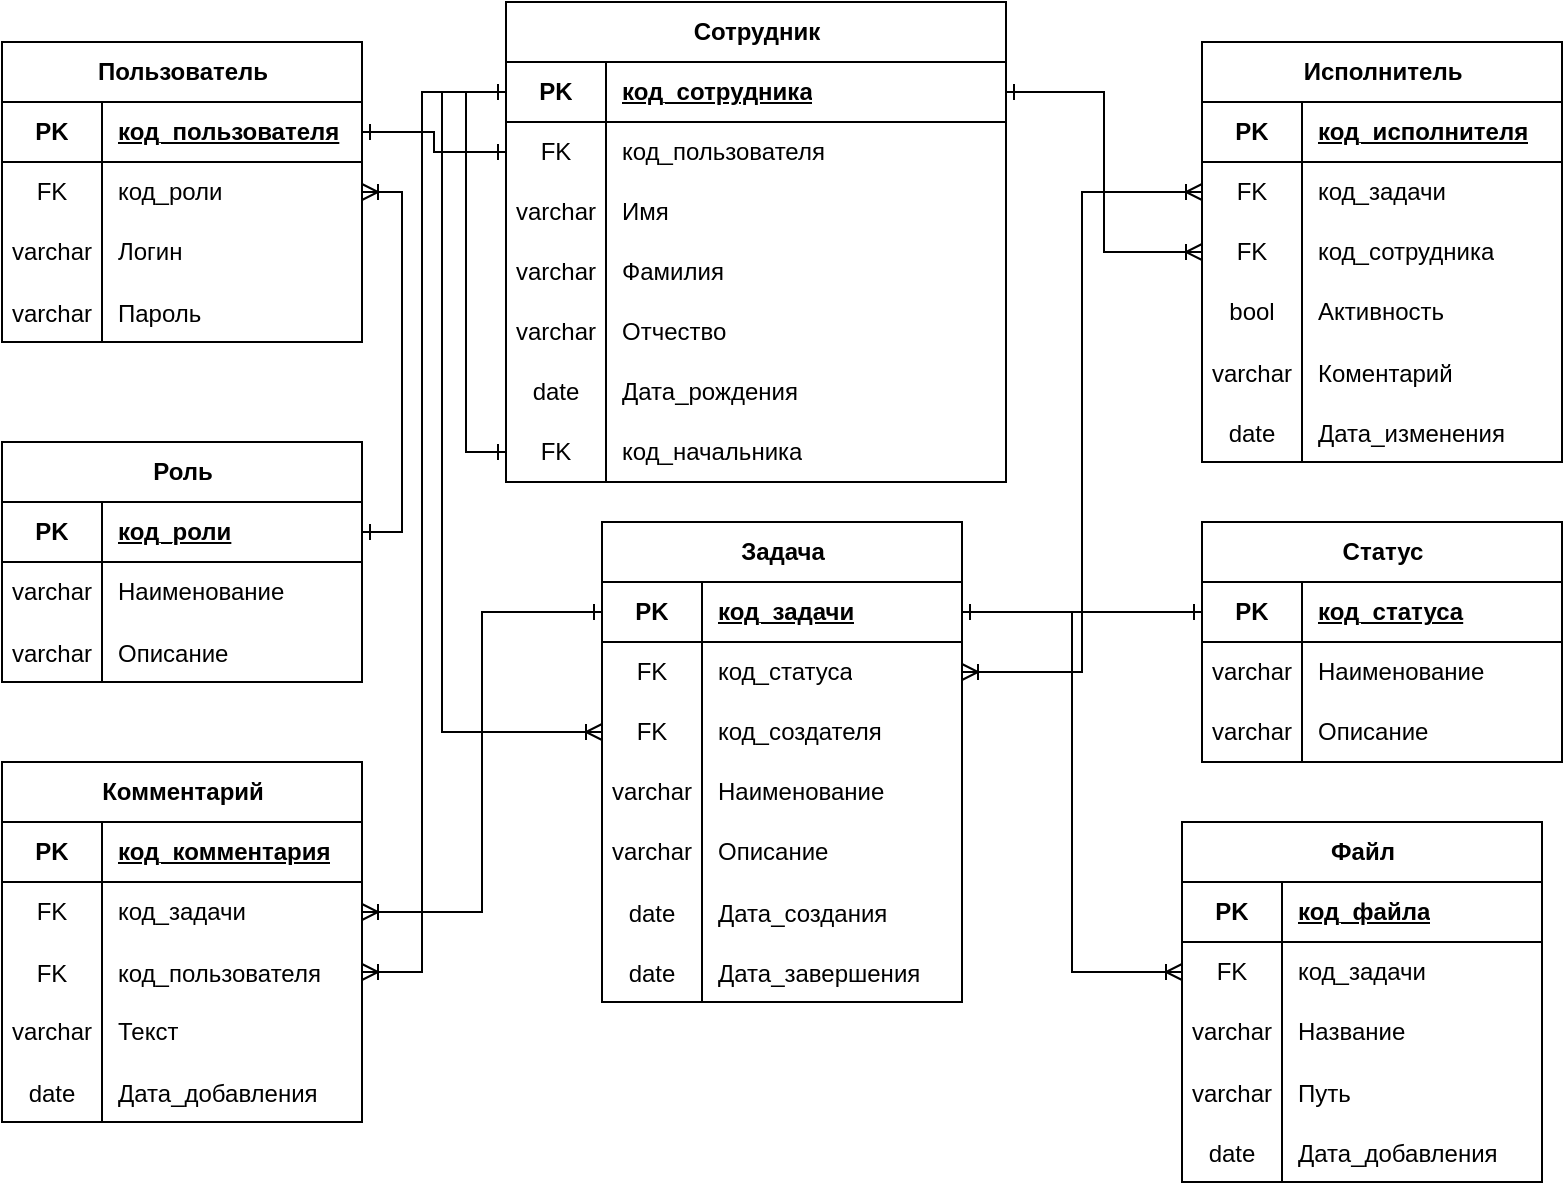
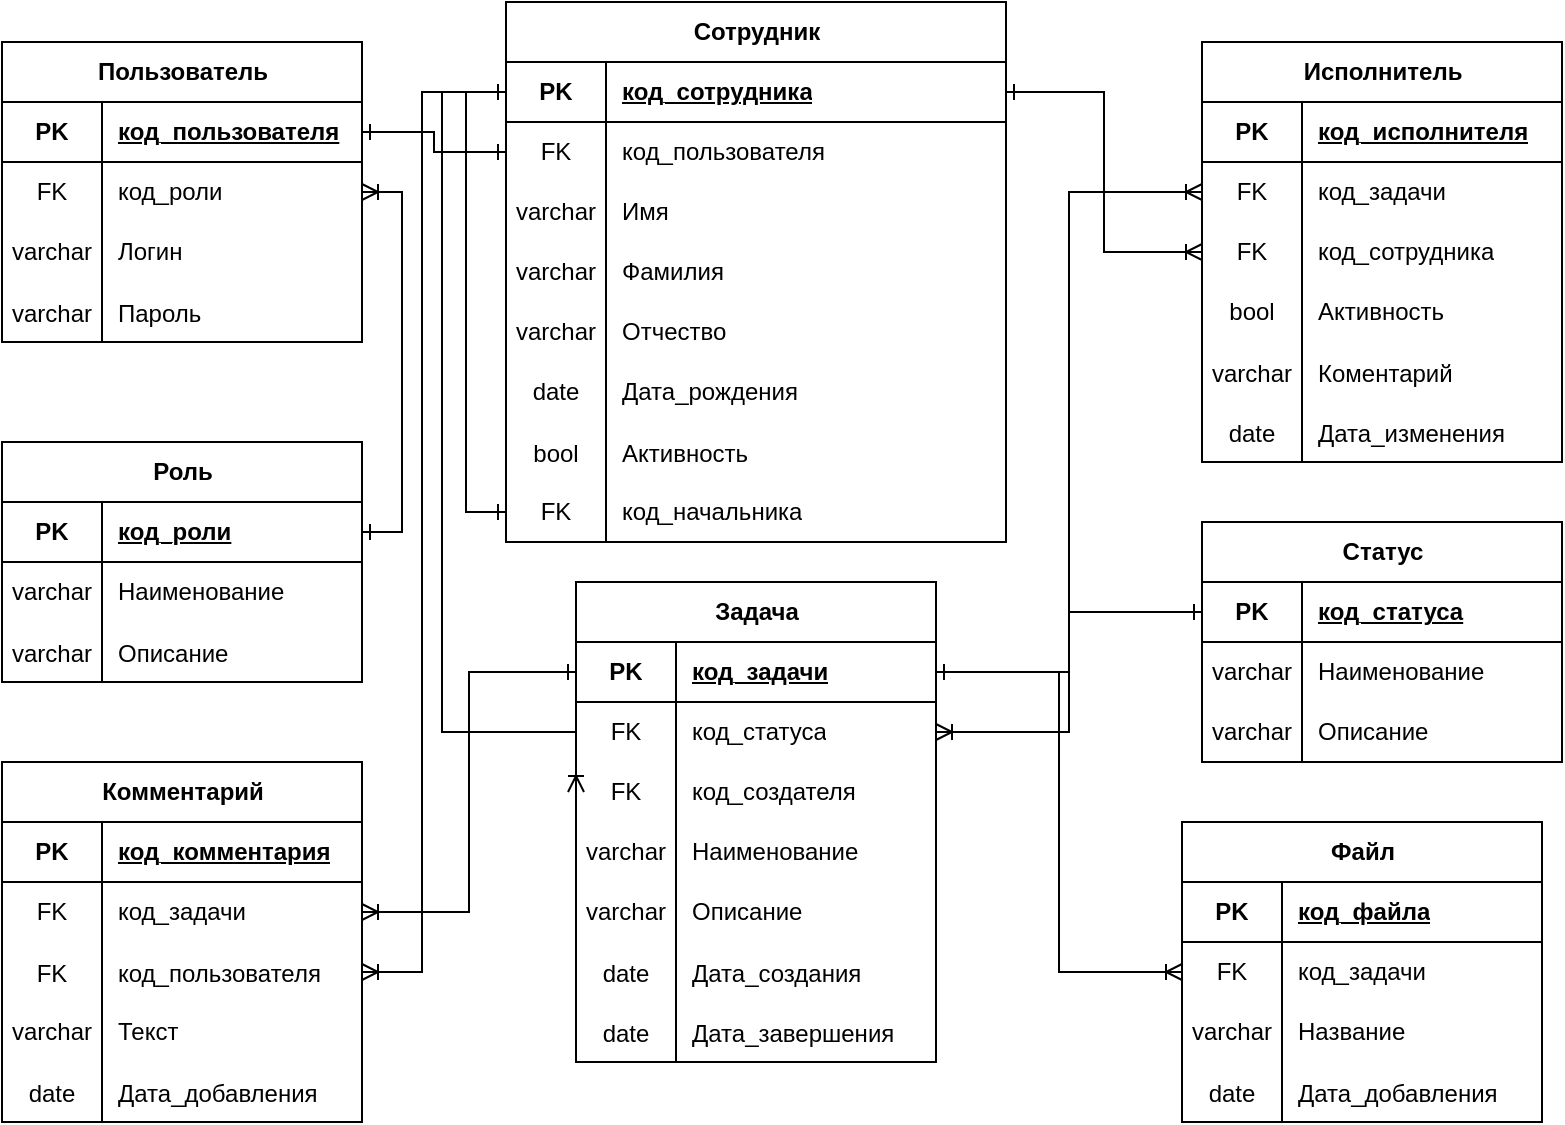
- <mxfile host="Electron" agent="Mozilla/5.0 (Windows NT 10.0; Win64; x64) AppleWebKit/537.36 (KHTML, like Gecko) draw.io/29.3.0 Chrome/140.0.7339.249 Electron/38.7.2 Safari/537.36" version="29.3.0">
+ <mxfile host="Electron" agent="Mozilla/5.0 (Windows NT 10.0; Win64; x64) AppleWebKit/537.36 (KHTML, like Gecko) draw.io/29.6.6 Chrome/144.0.7559.236 Electron/40.8.4 Safari/537.36" version="29.6.6">
  <diagram name="Страница — 1" id="Rx6KbzeKCpEhSWQGRONi">
-     <mxGraphModel dx="2040" dy="722" grid="1" gridSize="10" guides="1" tooltips="1" connect="1" arrows="1" fold="1" page="1" pageScale="1" pageWidth="827" pageHeight="1169" math="0" shadow="0">
+     <mxGraphModel dx="1664" dy="1037" grid="1" gridSize="10" guides="1" tooltips="1" connect="1" arrows="1" fold="1" page="1" pageScale="1" pageWidth="827" pageHeight="1169" math="0" shadow="0">
      <root>
        <mxCell id="0" />
        <mxCell id="1" parent="0" />
        <mxCell id="FXrU8CSIF7nw4R76zsWp-1" parent="1" style="shape=table;startSize=30;container=1;collapsible=1;childLayout=tableLayout;fixedRows=1;rowLines=0;fontStyle=1;align=center;resizeLast=1;html=1;labelBackgroundColor=none;" value="Сотрудник" vertex="1">
-           <mxGeometry height="240" width="250" x="-538" y="10" as="geometry" />
+           <mxGeometry height="270" width="250" x="-538" y="10" as="geometry" />
        </mxCell>
        <mxCell id="FXrU8CSIF7nw4R76zsWp-2" parent="FXrU8CSIF7nw4R76zsWp-1" style="shape=tableRow;horizontal=0;startSize=0;swimlaneHead=0;swimlaneBody=0;fillColor=none;collapsible=0;dropTarget=0;points=[[0,0.5],[1,0.5]];portConstraint=eastwest;top=0;left=0;right=0;bottom=1;labelBackgroundColor=none;" value="" vertex="1">
          <mxGeometry height="30" width="250" y="30" as="geometry" />
        </mxCell>
        <mxCell id="FXrU8CSIF7nw4R76zsWp-3" parent="FXrU8CSIF7nw4R76zsWp-2" style="shape=partialRectangle;connectable=0;fillColor=none;top=0;left=0;bottom=0;right=0;fontStyle=1;overflow=hidden;whiteSpace=wrap;html=1;labelBackgroundColor=none;" value="PK" vertex="1">
          <mxGeometry height="30" width="50" as="geometry">
            <mxRectangle height="30" width="50" as="alternateBounds" />
          </mxGeometry>
        </mxCell>
        <mxCell id="FXrU8CSIF7nw4R76zsWp-4" parent="FXrU8CSIF7nw4R76zsWp-2" style="shape=partialRectangle;connectable=0;fillColor=none;top=0;left=0;bottom=0;right=0;align=left;spacingLeft=6;fontStyle=5;overflow=hidden;whiteSpace=wrap;html=1;labelBackgroundColor=none;" value="код_сотрудника" vertex="1">
          <mxGeometry height="30" width="200" x="50" as="geometry">
            <mxRectangle height="30" width="200" as="alternateBounds" />
          </mxGeometry>
        </mxCell>
        <mxCell id="K_P6Ighx77Cm5eVgsR0t-1" parent="FXrU8CSIF7nw4R76zsWp-1" style="shape=tableRow;horizontal=0;startSize=0;swimlaneHead=0;swimlaneBody=0;fillColor=none;collapsible=0;dropTarget=0;points=[[0,0.5],[1,0.5]];portConstraint=eastwest;top=0;left=0;right=0;bottom=0;" value="" vertex="1">
          <mxGeometry height="30" width="250" y="60" as="geometry" />
        </mxCell>
        <mxCell id="K_P6Ighx77Cm5eVgsR0t-2" parent="K_P6Ighx77Cm5eVgsR0t-1" style="shape=partialRectangle;connectable=0;fillColor=none;top=0;left=0;bottom=0;right=0;fontStyle=0;overflow=hidden;whiteSpace=wrap;html=1;" value="FK" vertex="1">
          <mxGeometry height="30" width="50" as="geometry">
            <mxRectangle height="30" width="50" as="alternateBounds" />
          </mxGeometry>
        </mxCell>
        <mxCell id="K_P6Ighx77Cm5eVgsR0t-3" parent="K_P6Ighx77Cm5eVgsR0t-1" style="shape=partialRectangle;connectable=0;fillColor=none;top=0;left=0;bottom=0;right=0;align=left;spacingLeft=6;fontStyle=0;overflow=hidden;whiteSpace=wrap;html=1;" value="код_пользователя" vertex="1">
          <mxGeometry height="30" width="200" x="50" as="geometry">
            <mxRectangle height="30" width="200" as="alternateBounds" />
          </mxGeometry>
        </mxCell>
        <mxCell id="FXrU8CSIF7nw4R76zsWp-5" parent="FXrU8CSIF7nw4R76zsWp-1" style="shape=tableRow;horizontal=0;startSize=0;swimlaneHead=0;swimlaneBody=0;fillColor=none;collapsible=0;dropTarget=0;points=[[0,0.5],[1,0.5]];portConstraint=eastwest;top=0;left=0;right=0;bottom=0;labelBackgroundColor=none;" value="" vertex="1">
          <mxGeometry height="30" width="250" y="90" as="geometry" />
        </mxCell>
        <mxCell id="FXrU8CSIF7nw4R76zsWp-6" parent="FXrU8CSIF7nw4R76zsWp-5" style="shape=partialRectangle;connectable=0;fillColor=none;top=0;left=0;bottom=0;right=0;editable=1;overflow=hidden;whiteSpace=wrap;html=1;labelBackgroundColor=none;" value="varchar" vertex="1">
          <mxGeometry height="30" width="50" as="geometry">
            <mxRectangle height="30" width="50" as="alternateBounds" />
          </mxGeometry>
        </mxCell>
        <mxCell id="FXrU8CSIF7nw4R76zsWp-7" parent="FXrU8CSIF7nw4R76zsWp-5" style="shape=partialRectangle;connectable=0;fillColor=none;top=0;left=0;bottom=0;right=0;align=left;spacingLeft=6;overflow=hidden;whiteSpace=wrap;html=1;labelBackgroundColor=none;" value="Имя" vertex="1">
          <mxGeometry height="30" width="200" x="50" as="geometry">
            <mxRectangle height="30" width="200" as="alternateBounds" />
          </mxGeometry>
        </mxCell>
        <mxCell id="FXrU8CSIF7nw4R76zsWp-8" parent="FXrU8CSIF7nw4R76zsWp-1" style="shape=tableRow;horizontal=0;startSize=0;swimlaneHead=0;swimlaneBody=0;fillColor=none;collapsible=0;dropTarget=0;points=[[0,0.5],[1,0.5]];portConstraint=eastwest;top=0;left=0;right=0;bottom=0;labelBackgroundColor=none;" value="" vertex="1">
          <mxGeometry height="30" width="250" y="120" as="geometry" />
        </mxCell>
        <mxCell id="FXrU8CSIF7nw4R76zsWp-9" parent="FXrU8CSIF7nw4R76zsWp-8" style="shape=partialRectangle;connectable=0;fillColor=none;top=0;left=0;bottom=0;right=0;editable=1;overflow=hidden;whiteSpace=wrap;html=1;labelBackgroundColor=none;" value="varchar" vertex="1">
          <mxGeometry height="30" width="50" as="geometry">
            <mxRectangle height="30" width="50" as="alternateBounds" />
          </mxGeometry>
        </mxCell>
        <mxCell id="FXrU8CSIF7nw4R76zsWp-10" parent="FXrU8CSIF7nw4R76zsWp-8" style="shape=partialRectangle;connectable=0;fillColor=none;top=0;left=0;bottom=0;right=0;align=left;spacingLeft=6;overflow=hidden;whiteSpace=wrap;html=1;labelBackgroundColor=none;" value="Фамилия" vertex="1">
          <mxGeometry height="30" width="200" x="50" as="geometry">
            <mxRectangle height="30" width="200" as="alternateBounds" />
          </mxGeometry>
        </mxCell>
        <mxCell id="FXrU8CSIF7nw4R76zsWp-11" parent="FXrU8CSIF7nw4R76zsWp-1" style="shape=tableRow;horizontal=0;startSize=0;swimlaneHead=0;swimlaneBody=0;fillColor=none;collapsible=0;dropTarget=0;points=[[0,0.5],[1,0.5]];portConstraint=eastwest;top=0;left=0;right=0;bottom=0;labelBackgroundColor=none;" value="" vertex="1">
          <mxGeometry height="30" width="250" y="150" as="geometry" />
        </mxCell>
        <mxCell id="FXrU8CSIF7nw4R76zsWp-12" parent="FXrU8CSIF7nw4R76zsWp-11" style="shape=partialRectangle;connectable=0;fillColor=none;top=0;left=0;bottom=0;right=0;editable=1;overflow=hidden;whiteSpace=wrap;html=1;labelBackgroundColor=none;" value="varchar" vertex="1">
          <mxGeometry height="30" width="50" as="geometry">
            <mxRectangle height="30" width="50" as="alternateBounds" />
          </mxGeometry>
        </mxCell>
        <mxCell id="FXrU8CSIF7nw4R76zsWp-13" parent="FXrU8CSIF7nw4R76zsWp-11" style="shape=partialRectangle;connectable=0;fillColor=none;top=0;left=0;bottom=0;right=0;align=left;spacingLeft=6;overflow=hidden;whiteSpace=wrap;html=1;labelBackgroundColor=none;" value="Отчество" vertex="1">
          <mxGeometry height="30" width="200" x="50" as="geometry">
            <mxRectangle height="30" width="200" as="alternateBounds" />
          </mxGeometry>
        </mxCell>
        <mxCell id="umB_ycvWySBp3vWqX7pD-1" parent="FXrU8CSIF7nw4R76zsWp-1" style="shape=tableRow;horizontal=0;startSize=0;swimlaneHead=0;swimlaneBody=0;fillColor=none;collapsible=0;dropTarget=0;points=[[0,0.5],[1,0.5]];portConstraint=eastwest;top=0;left=0;right=0;bottom=0;" value="" vertex="1">
          <mxGeometry height="30" width="250" y="180" as="geometry" />
        </mxCell>
        <mxCell id="umB_ycvWySBp3vWqX7pD-2" parent="umB_ycvWySBp3vWqX7pD-1" style="shape=partialRectangle;connectable=0;fillColor=none;top=0;left=0;bottom=0;right=0;fontStyle=0;overflow=hidden;whiteSpace=wrap;html=1;" value="date" vertex="1">
          <mxGeometry height="30" width="50" as="geometry">
            <mxRectangle height="30" width="50" as="alternateBounds" />
          </mxGeometry>
        </mxCell>
        <mxCell id="umB_ycvWySBp3vWqX7pD-3" parent="umB_ycvWySBp3vWqX7pD-1" style="shape=partialRectangle;connectable=0;fillColor=none;top=0;left=0;bottom=0;right=0;align=left;spacingLeft=6;fontStyle=0;overflow=hidden;whiteSpace=wrap;html=1;" value="Дата_рождения" vertex="1">
          <mxGeometry height="30" width="200" x="50" as="geometry">
            <mxRectangle height="30" width="200" as="alternateBounds" />
          </mxGeometry>
        </mxCell>
+         <mxCell id="NXP71XaM1yJax4Hyhdu5-1" parent="FXrU8CSIF7nw4R76zsWp-1" style="shape=tableRow;horizontal=0;startSize=0;swimlaneHead=0;swimlaneBody=0;fillColor=none;collapsible=0;dropTarget=0;points=[[0,0.5],[1,0.5]];portConstraint=eastwest;top=0;left=0;right=0;bottom=0;" value="" vertex="1">
+           <mxGeometry height="30" width="250" y="210" as="geometry" />
+         </mxCell>
+         <mxCell id="NXP71XaM1yJax4Hyhdu5-2" parent="NXP71XaM1yJax4Hyhdu5-1" style="shape=partialRectangle;connectable=0;fillColor=none;top=0;left=0;bottom=0;right=0;editable=1;overflow=hidden;" value="bool" vertex="1">
+           <mxGeometry height="30" width="50" as="geometry">
+             <mxRectangle height="30" width="50" as="alternateBounds" />
+           </mxGeometry>
+         </mxCell>
+         <mxCell id="NXP71XaM1yJax4Hyhdu5-3" parent="NXP71XaM1yJax4Hyhdu5-1" style="shape=partialRectangle;connectable=0;fillColor=none;top=0;left=0;bottom=0;right=0;align=left;spacingLeft=6;overflow=hidden;" value="Активность" vertex="1">
+           <mxGeometry height="30" width="200" x="50" as="geometry">
+             <mxRectangle height="30" width="200" as="alternateBounds" />
+           </mxGeometry>
+         </mxCell>
        <mxCell id="tMV_pErmYdHVp-2iAUo3-7" parent="FXrU8CSIF7nw4R76zsWp-1" style="shape=tableRow;horizontal=0;startSize=0;swimlaneHead=0;swimlaneBody=0;fillColor=none;collapsible=0;dropTarget=0;points=[[0,0.5],[1,0.5]];portConstraint=eastwest;top=0;left=0;right=0;bottom=0;" value="" vertex="1">
-           <mxGeometry height="30" width="250" y="210" as="geometry" />
+           <mxGeometry height="30" width="250" y="240" as="geometry" />
        </mxCell>
        <mxCell id="tMV_pErmYdHVp-2iAUo3-8" parent="tMV_pErmYdHVp-2iAUo3-7" style="shape=partialRectangle;connectable=0;fillColor=none;top=0;left=0;bottom=0;right=0;fontStyle=0;overflow=hidden;whiteSpace=wrap;html=1;" value="FK" vertex="1">
          <mxGeometry height="30" width="50" as="geometry">
            <mxRectangle height="30" width="50" as="alternateBounds" />
          </mxGeometry>
        </mxCell>
        <mxCell id="tMV_pErmYdHVp-2iAUo3-9" parent="tMV_pErmYdHVp-2iAUo3-7" style="shape=partialRectangle;connectable=0;fillColor=none;top=0;left=0;bottom=0;right=0;align=left;spacingLeft=6;fontStyle=0;overflow=hidden;whiteSpace=wrap;html=1;" value="код_начальника" vertex="1">
          <mxGeometry height="30" width="200" x="50" as="geometry">
            <mxRectangle height="30" width="200" as="alternateBounds" />
          </mxGeometry>
        </mxCell>
        <mxCell id="FXrU8CSIF7nw4R76zsWp-14" parent="1" style="shape=table;startSize=30;container=1;collapsible=1;childLayout=tableLayout;fixedRows=1;rowLines=0;fontStyle=1;align=center;resizeLast=1;html=1;labelBackgroundColor=none;" value="Роль" vertex="1">
          <mxGeometry height="120" width="180" x="-790" y="230" as="geometry" />
        </mxCell>
        <mxCell id="FXrU8CSIF7nw4R76zsWp-15" parent="FXrU8CSIF7nw4R76zsWp-14" style="shape=tableRow;horizontal=0;startSize=0;swimlaneHead=0;swimlaneBody=0;fillColor=none;collapsible=0;dropTarget=0;points=[[0,0.5],[1,0.5]];portConstraint=eastwest;top=0;left=0;right=0;bottom=1;labelBackgroundColor=none;" value="" vertex="1">
          <mxGeometry height="30" width="180" y="30" as="geometry" />
        </mxCell>
        <mxCell id="FXrU8CSIF7nw4R76zsWp-16" parent="FXrU8CSIF7nw4R76zsWp-15" style="shape=partialRectangle;connectable=0;fillColor=none;top=0;left=0;bottom=0;right=0;fontStyle=1;overflow=hidden;whiteSpace=wrap;html=1;labelBackgroundColor=none;" value="PK" vertex="1">
          <mxGeometry height="30" width="50" as="geometry">
            <mxRectangle height="30" width="50" as="alternateBounds" />
          </mxGeometry>
        </mxCell>
        <mxCell id="FXrU8CSIF7nw4R76zsWp-17" parent="FXrU8CSIF7nw4R76zsWp-15" style="shape=partialRectangle;connectable=0;fillColor=none;top=0;left=0;bottom=0;right=0;align=left;spacingLeft=6;fontStyle=5;overflow=hidden;whiteSpace=wrap;html=1;labelBackgroundColor=none;" value="код_роли" vertex="1">
          <mxGeometry height="30" width="130" x="50" as="geometry">
            <mxRectangle height="30" width="130" as="alternateBounds" />
          </mxGeometry>
        </mxCell>
        <mxCell id="FXrU8CSIF7nw4R76zsWp-18" parent="FXrU8CSIF7nw4R76zsWp-14" style="shape=tableRow;horizontal=0;startSize=0;swimlaneHead=0;swimlaneBody=0;fillColor=none;collapsible=0;dropTarget=0;points=[[0,0.5],[1,0.5]];portConstraint=eastwest;top=0;left=0;right=0;bottom=0;labelBackgroundColor=none;" value="" vertex="1">
          <mxGeometry height="30" width="180" y="60" as="geometry" />
        </mxCell>
        <mxCell id="FXrU8CSIF7nw4R76zsWp-19" parent="FXrU8CSIF7nw4R76zsWp-18" style="shape=partialRectangle;connectable=0;fillColor=none;top=0;left=0;bottom=0;right=0;editable=1;overflow=hidden;whiteSpace=wrap;html=1;labelBackgroundColor=none;" value="varchar" vertex="1">
          <mxGeometry height="30" width="50" as="geometry">
            <mxRectangle height="30" width="50" as="alternateBounds" />
          </mxGeometry>
        </mxCell>
        <mxCell id="FXrU8CSIF7nw4R76zsWp-20" parent="FXrU8CSIF7nw4R76zsWp-18" style="shape=partialRectangle;connectable=0;fillColor=none;top=0;left=0;bottom=0;right=0;align=left;spacingLeft=6;overflow=hidden;whiteSpace=wrap;html=1;labelBackgroundColor=none;" value="Наименование" vertex="1">
          <mxGeometry height="30" width="130" x="50" as="geometry">
            <mxRectangle height="30" width="130" as="alternateBounds" />
          </mxGeometry>
        </mxCell>
        <mxCell id="11T7EKwuIjlXVujciV5u-85" parent="FXrU8CSIF7nw4R76zsWp-14" style="shape=tableRow;horizontal=0;startSize=0;swimlaneHead=0;swimlaneBody=0;fillColor=none;collapsible=0;dropTarget=0;points=[[0,0.5],[1,0.5]];portConstraint=eastwest;top=0;left=0;right=0;bottom=0;labelBackgroundColor=none;" value="" vertex="1">
          <mxGeometry height="30" width="180" y="90" as="geometry" />
        </mxCell>
        <mxCell id="11T7EKwuIjlXVujciV5u-86" parent="11T7EKwuIjlXVujciV5u-85" style="shape=partialRectangle;connectable=0;fillColor=none;top=0;left=0;bottom=0;right=0;editable=1;overflow=hidden;labelBackgroundColor=none;" value="varchar" vertex="1">
          <mxGeometry height="30" width="50" as="geometry">
            <mxRectangle height="30" width="50" as="alternateBounds" />
          </mxGeometry>
        </mxCell>
        <mxCell id="11T7EKwuIjlXVujciV5u-87" parent="11T7EKwuIjlXVujciV5u-85" style="shape=partialRectangle;connectable=0;fillColor=none;top=0;left=0;bottom=0;right=0;align=left;spacingLeft=6;overflow=hidden;labelBackgroundColor=none;" value="Описание" vertex="1">
          <mxGeometry height="30" width="130" x="50" as="geometry">
            <mxRectangle height="30" width="130" as="alternateBounds" />
          </mxGeometry>
        </mxCell>
        <mxCell id="GSTwLpNKeHWOF6I5rQQg-7" parent="1" style="shape=table;startSize=30;container=1;collapsible=1;childLayout=tableLayout;fixedRows=1;rowLines=0;fontStyle=1;align=center;resizeLast=1;html=1;labelBackgroundColor=none;" value="Пользователь" vertex="1">
          <mxGeometry height="150" width="180" x="-790" y="30" as="geometry" />
        </mxCell>
        <mxCell id="GSTwLpNKeHWOF6I5rQQg-8" parent="GSTwLpNKeHWOF6I5rQQg-7" style="shape=tableRow;horizontal=0;startSize=0;swimlaneHead=0;swimlaneBody=0;fillColor=none;collapsible=0;dropTarget=0;points=[[0,0.5],[1,0.5]];portConstraint=eastwest;top=0;left=0;right=0;bottom=1;labelBackgroundColor=none;" value="" vertex="1">
          <mxGeometry height="30" width="180" y="30" as="geometry" />
        </mxCell>
        <mxCell id="GSTwLpNKeHWOF6I5rQQg-9" parent="GSTwLpNKeHWOF6I5rQQg-8" style="shape=partialRectangle;connectable=0;fillColor=none;top=0;left=0;bottom=0;right=0;fontStyle=1;overflow=hidden;whiteSpace=wrap;html=1;labelBackgroundColor=none;" value="PK" vertex="1">
          <mxGeometry height="30" width="50" as="geometry">
            <mxRectangle height="30" width="50" as="alternateBounds" />
          </mxGeometry>
        </mxCell>
        <mxCell id="GSTwLpNKeHWOF6I5rQQg-10" parent="GSTwLpNKeHWOF6I5rQQg-8" style="shape=partialRectangle;connectable=0;fillColor=none;top=0;left=0;bottom=0;right=0;align=left;spacingLeft=6;fontStyle=5;overflow=hidden;whiteSpace=wrap;html=1;labelBackgroundColor=none;" value="код_пользователя" vertex="1">
          <mxGeometry height="30" width="130" x="50" as="geometry">
            <mxRectangle height="30" width="130" as="alternateBounds" />
          </mxGeometry>
        </mxCell>
        <mxCell id="tMV_pErmYdHVp-2iAUo3-24" parent="GSTwLpNKeHWOF6I5rQQg-7" style="shape=tableRow;horizontal=0;startSize=0;swimlaneHead=0;swimlaneBody=0;fillColor=none;collapsible=0;dropTarget=0;points=[[0,0.5],[1,0.5]];portConstraint=eastwest;top=0;left=0;right=0;bottom=0;" value="" vertex="1">
          <mxGeometry height="30" width="180" y="60" as="geometry" />
        </mxCell>
        <mxCell id="tMV_pErmYdHVp-2iAUo3-25" parent="tMV_pErmYdHVp-2iAUo3-24" style="shape=partialRectangle;connectable=0;fillColor=none;top=0;left=0;bottom=0;right=0;fontStyle=0;overflow=hidden;whiteSpace=wrap;html=1;" value="FK" vertex="1">
          <mxGeometry height="30" width="50" as="geometry">
            <mxRectangle height="30" width="50" as="alternateBounds" />
          </mxGeometry>
        </mxCell>
        <mxCell id="tMV_pErmYdHVp-2iAUo3-26" parent="tMV_pErmYdHVp-2iAUo3-24" style="shape=partialRectangle;connectable=0;fillColor=none;top=0;left=0;bottom=0;right=0;align=left;spacingLeft=6;fontStyle=0;overflow=hidden;whiteSpace=wrap;html=1;" value="код_роли" vertex="1">
          <mxGeometry height="30" width="130" x="50" as="geometry">
            <mxRectangle height="30" width="130" as="alternateBounds" />
          </mxGeometry>
        </mxCell>
        <mxCell id="GSTwLpNKeHWOF6I5rQQg-14" parent="GSTwLpNKeHWOF6I5rQQg-7" style="shape=tableRow;horizontal=0;startSize=0;swimlaneHead=0;swimlaneBody=0;fillColor=none;collapsible=0;dropTarget=0;points=[[0,0.5],[1,0.5]];portConstraint=eastwest;top=0;left=0;right=0;bottom=0;labelBackgroundColor=none;" value="" vertex="1">
          <mxGeometry height="30" width="180" y="90" as="geometry" />
        </mxCell>
        <mxCell id="GSTwLpNKeHWOF6I5rQQg-15" parent="GSTwLpNKeHWOF6I5rQQg-14" style="shape=partialRectangle;connectable=0;fillColor=none;top=0;left=0;bottom=0;right=0;fontStyle=0;overflow=hidden;whiteSpace=wrap;html=1;labelBackgroundColor=none;" value="varchar" vertex="1">
          <mxGeometry height="30" width="50" as="geometry">
            <mxRectangle height="30" width="50" as="alternateBounds" />
          </mxGeometry>
        </mxCell>
        <mxCell id="GSTwLpNKeHWOF6I5rQQg-16" parent="GSTwLpNKeHWOF6I5rQQg-14" style="shape=partialRectangle;connectable=0;fillColor=none;top=0;left=0;bottom=0;right=0;align=left;spacingLeft=6;fontStyle=0;overflow=hidden;whiteSpace=wrap;html=1;labelBackgroundColor=none;" value="Логин" vertex="1">
          <mxGeometry height="30" width="130" x="50" as="geometry">
            <mxRectangle height="30" width="130" as="alternateBounds" />
          </mxGeometry>
        </mxCell>
        <mxCell id="GSTwLpNKeHWOF6I5rQQg-26" parent="GSTwLpNKeHWOF6I5rQQg-7" style="shape=tableRow;horizontal=0;startSize=0;swimlaneHead=0;swimlaneBody=0;fillColor=none;collapsible=0;dropTarget=0;points=[[0,0.5],[1,0.5]];portConstraint=eastwest;top=0;left=0;right=0;bottom=0;labelBackgroundColor=none;" value="" vertex="1">
          <mxGeometry height="30" width="180" y="120" as="geometry" />
        </mxCell>
        <mxCell id="GSTwLpNKeHWOF6I5rQQg-27" parent="GSTwLpNKeHWOF6I5rQQg-26" style="shape=partialRectangle;connectable=0;fillColor=none;top=0;left=0;bottom=0;right=0;editable=1;overflow=hidden;labelBackgroundColor=none;" value="varchar" vertex="1">
          <mxGeometry height="30" width="50" as="geometry">
            <mxRectangle height="30" width="50" as="alternateBounds" />
          </mxGeometry>
        </mxCell>
        <mxCell id="GSTwLpNKeHWOF6I5rQQg-28" parent="GSTwLpNKeHWOF6I5rQQg-26" style="shape=partialRectangle;connectable=0;fillColor=none;top=0;left=0;bottom=0;right=0;align=left;spacingLeft=6;overflow=hidden;labelBackgroundColor=none;" value="Пароль" vertex="1">
          <mxGeometry height="30" width="130" x="50" as="geometry">
            <mxRectangle height="30" width="130" as="alternateBounds" />
          </mxGeometry>
        </mxCell>
        <mxCell id="K_P6Ighx77Cm5eVgsR0t-4" edge="1" parent="1" source="GSTwLpNKeHWOF6I5rQQg-8" style="edgeStyle=orthogonalEdgeStyle;rounded=0;orthogonalLoop=1;jettySize=auto;html=1;exitX=1;exitY=0.5;exitDx=0;exitDy=0;startArrow=ERone;startFill=0;endArrow=ERone;endFill=0;" target="K_P6Ighx77Cm5eVgsR0t-1">
          <mxGeometry relative="1" as="geometry" />
        </mxCell>
        <mxCell id="K_P6Ighx77Cm5eVgsR0t-8" parent="1" style="shape=table;startSize=30;container=1;collapsible=1;childLayout=tableLayout;fixedRows=1;rowLines=0;fontStyle=1;align=center;resizeLast=1;html=1;labelBackgroundColor=none;" value="Задача" vertex="1">
-           <mxGeometry height="240" width="180" x="-490" y="270" as="geometry" />
+           <mxGeometry height="240" width="180" x="-503" y="300" as="geometry" />
        </mxCell>
        <mxCell id="K_P6Ighx77Cm5eVgsR0t-9" parent="K_P6Ighx77Cm5eVgsR0t-8" style="shape=tableRow;horizontal=0;startSize=0;swimlaneHead=0;swimlaneBody=0;fillColor=none;collapsible=0;dropTarget=0;points=[[0,0.5],[1,0.5]];portConstraint=eastwest;top=0;left=0;right=0;bottom=1;labelBackgroundColor=none;" value="" vertex="1">
          <mxGeometry height="30" width="180" y="30" as="geometry" />
        </mxCell>
        <mxCell id="K_P6Ighx77Cm5eVgsR0t-10" parent="K_P6Ighx77Cm5eVgsR0t-9" style="shape=partialRectangle;connectable=0;fillColor=none;top=0;left=0;bottom=0;right=0;fontStyle=1;overflow=hidden;whiteSpace=wrap;html=1;labelBackgroundColor=none;" value="PK" vertex="1">
          <mxGeometry height="30" width="50" as="geometry">
            <mxRectangle height="30" width="50" as="alternateBounds" />
          </mxGeometry>
        </mxCell>
        <mxCell id="K_P6Ighx77Cm5eVgsR0t-11" parent="K_P6Ighx77Cm5eVgsR0t-9" style="shape=partialRectangle;connectable=0;fillColor=none;top=0;left=0;bottom=0;right=0;align=left;spacingLeft=6;fontStyle=5;overflow=hidden;whiteSpace=wrap;html=1;labelBackgroundColor=none;" value="код_задачи" vertex="1">
          <mxGeometry height="30" width="130" x="50" as="geometry">
            <mxRectangle height="30" width="130" as="alternateBounds" />
          </mxGeometry>
        </mxCell>
        <mxCell id="K_P6Ighx77Cm5eVgsR0t-24" parent="K_P6Ighx77Cm5eVgsR0t-8" style="shape=tableRow;horizontal=0;startSize=0;swimlaneHead=0;swimlaneBody=0;fillColor=none;collapsible=0;dropTarget=0;points=[[0,0.5],[1,0.5]];portConstraint=eastwest;top=0;left=0;right=0;bottom=0;" value="" vertex="1">
          <mxGeometry height="30" width="180" y="60" as="geometry" />
        </mxCell>
        <mxCell id="K_P6Ighx77Cm5eVgsR0t-25" parent="K_P6Ighx77Cm5eVgsR0t-24" style="shape=partialRectangle;connectable=0;fillColor=none;top=0;left=0;bottom=0;right=0;fontStyle=0;overflow=hidden;whiteSpace=wrap;html=1;" value="FK" vertex="1">
          <mxGeometry height="30" width="50" as="geometry">
            <mxRectangle height="30" width="50" as="alternateBounds" />
          </mxGeometry>
        </mxCell>
        <mxCell id="K_P6Ighx77Cm5eVgsR0t-26" parent="K_P6Ighx77Cm5eVgsR0t-24" style="shape=partialRectangle;connectable=0;fillColor=none;top=0;left=0;bottom=0;right=0;align=left;spacingLeft=6;fontStyle=0;overflow=hidden;whiteSpace=wrap;html=1;" value="код_статуса" vertex="1">
          <mxGeometry height="30" width="130" x="50" as="geometry">
            <mxRectangle height="30" width="130" as="alternateBounds" />
          </mxGeometry>
        </mxCell>
        <mxCell id="K_P6Ighx77Cm5eVgsR0t-52" parent="K_P6Ighx77Cm5eVgsR0t-8" style="shape=tableRow;horizontal=0;startSize=0;swimlaneHead=0;swimlaneBody=0;fillColor=none;collapsible=0;dropTarget=0;points=[[0,0.5],[1,0.5]];portConstraint=eastwest;top=0;left=0;right=0;bottom=0;" value="" vertex="1">
          <mxGeometry height="30" width="180" y="90" as="geometry" />
        </mxCell>
        <mxCell id="K_P6Ighx77Cm5eVgsR0t-53" parent="K_P6Ighx77Cm5eVgsR0t-52" style="shape=partialRectangle;connectable=0;fillColor=none;top=0;left=0;bottom=0;right=0;fontStyle=0;overflow=hidden;whiteSpace=wrap;html=1;" value="FK" vertex="1">
          <mxGeometry height="30" width="50" as="geometry">
            <mxRectangle height="30" width="50" as="alternateBounds" />
          </mxGeometry>
        </mxCell>
        <mxCell id="K_P6Ighx77Cm5eVgsR0t-54" parent="K_P6Ighx77Cm5eVgsR0t-52" style="shape=partialRectangle;connectable=0;fillColor=none;top=0;left=0;bottom=0;right=0;align=left;spacingLeft=6;fontStyle=0;overflow=hidden;whiteSpace=wrap;html=1;" value="код_создателя" vertex="1">
          <mxGeometry height="30" width="130" x="50" as="geometry">
            <mxRectangle height="30" width="130" as="alternateBounds" />
          </mxGeometry>
        </mxCell>
        <mxCell id="K_P6Ighx77Cm5eVgsR0t-12" parent="K_P6Ighx77Cm5eVgsR0t-8" style="shape=tableRow;horizontal=0;startSize=0;swimlaneHead=0;swimlaneBody=0;fillColor=none;collapsible=0;dropTarget=0;points=[[0,0.5],[1,0.5]];portConstraint=eastwest;top=0;left=0;right=0;bottom=0;labelBackgroundColor=none;" value="" vertex="1">
          <mxGeometry height="30" width="180" y="120" as="geometry" />
        </mxCell>
        <mxCell id="K_P6Ighx77Cm5eVgsR0t-13" parent="K_P6Ighx77Cm5eVgsR0t-12" style="shape=partialRectangle;connectable=0;fillColor=none;top=0;left=0;bottom=0;right=0;editable=1;overflow=hidden;whiteSpace=wrap;html=1;labelBackgroundColor=none;" value="varchar" vertex="1">
          <mxGeometry height="30" width="50" as="geometry">
            <mxRectangle height="30" width="50" as="alternateBounds" />
          </mxGeometry>
        </mxCell>
        <mxCell id="K_P6Ighx77Cm5eVgsR0t-14" parent="K_P6Ighx77Cm5eVgsR0t-12" style="shape=partialRectangle;connectable=0;fillColor=none;top=0;left=0;bottom=0;right=0;align=left;spacingLeft=6;overflow=hidden;whiteSpace=wrap;html=1;labelBackgroundColor=none;" value="Наименование" vertex="1">
          <mxGeometry height="30" width="130" x="50" as="geometry">
            <mxRectangle height="30" width="130" as="alternateBounds" />
          </mxGeometry>
        </mxCell>
        <mxCell id="K_P6Ighx77Cm5eVgsR0t-18" parent="K_P6Ighx77Cm5eVgsR0t-8" style="shape=tableRow;horizontal=0;startSize=0;swimlaneHead=0;swimlaneBody=0;fillColor=none;collapsible=0;dropTarget=0;points=[[0,0.5],[1,0.5]];portConstraint=eastwest;top=0;left=0;right=0;bottom=0;labelBackgroundColor=none;" value="" vertex="1">
          <mxGeometry height="30" width="180" y="150" as="geometry" />
        </mxCell>
        <mxCell id="K_P6Ighx77Cm5eVgsR0t-19" parent="K_P6Ighx77Cm5eVgsR0t-18" style="shape=partialRectangle;connectable=0;fillColor=none;top=0;left=0;bottom=0;right=0;editable=1;overflow=hidden;whiteSpace=wrap;html=1;labelBackgroundColor=none;" value="varchar" vertex="1">
          <mxGeometry height="30" width="50" as="geometry">
            <mxRectangle height="30" width="50" as="alternateBounds" />
          </mxGeometry>
        </mxCell>
        <mxCell id="K_P6Ighx77Cm5eVgsR0t-20" parent="K_P6Ighx77Cm5eVgsR0t-18" style="shape=partialRectangle;connectable=0;fillColor=none;top=0;left=0;bottom=0;right=0;align=left;spacingLeft=6;overflow=hidden;whiteSpace=wrap;html=1;labelBackgroundColor=none;" value="Описание&amp;nbsp;" vertex="1">
          <mxGeometry height="30" width="130" x="50" as="geometry">
            <mxRectangle height="30" width="130" as="alternateBounds" />
          </mxGeometry>
        </mxCell>
        <mxCell id="K_P6Ighx77Cm5eVgsR0t-40" parent="K_P6Ighx77Cm5eVgsR0t-8" style="shape=tableRow;horizontal=0;startSize=0;swimlaneHead=0;swimlaneBody=0;fillColor=none;collapsible=0;dropTarget=0;points=[[0,0.5],[1,0.5]];portConstraint=eastwest;top=0;left=0;right=0;bottom=0;" value="" vertex="1">
          <mxGeometry height="30" width="180" y="180" as="geometry" />
        </mxCell>
        <mxCell id="K_P6Ighx77Cm5eVgsR0t-41" parent="K_P6Ighx77Cm5eVgsR0t-40" style="shape=partialRectangle;connectable=0;fillColor=none;top=0;left=0;bottom=0;right=0;editable=1;overflow=hidden;" value="date" vertex="1">
          <mxGeometry height="30" width="50" as="geometry">
            <mxRectangle height="30" width="50" as="alternateBounds" />
          </mxGeometry>
        </mxCell>
        <mxCell id="K_P6Ighx77Cm5eVgsR0t-42" parent="K_P6Ighx77Cm5eVgsR0t-40" style="shape=partialRectangle;connectable=0;fillColor=none;top=0;left=0;bottom=0;right=0;align=left;spacingLeft=6;overflow=hidden;" value="Дата_создания" vertex="1">
          <mxGeometry height="30" width="130" x="50" as="geometry">
            <mxRectangle height="30" width="130" as="alternateBounds" />
          </mxGeometry>
        </mxCell>
        <mxCell id="K_P6Ighx77Cm5eVgsR0t-43" parent="K_P6Ighx77Cm5eVgsR0t-8" style="shape=tableRow;horizontal=0;startSize=0;swimlaneHead=0;swimlaneBody=0;fillColor=none;collapsible=0;dropTarget=0;points=[[0,0.5],[1,0.5]];portConstraint=eastwest;top=0;left=0;right=0;bottom=0;" value="" vertex="1">
          <mxGeometry height="30" width="180" y="210" as="geometry" />
        </mxCell>
        <mxCell id="K_P6Ighx77Cm5eVgsR0t-44" parent="K_P6Ighx77Cm5eVgsR0t-43" style="shape=partialRectangle;connectable=0;fillColor=none;top=0;left=0;bottom=0;right=0;editable=1;overflow=hidden;" value="date" vertex="1">
          <mxGeometry height="30" width="50" as="geometry">
            <mxRectangle height="30" width="50" as="alternateBounds" />
          </mxGeometry>
        </mxCell>
        <mxCell id="K_P6Ighx77Cm5eVgsR0t-45" parent="K_P6Ighx77Cm5eVgsR0t-43" style="shape=partialRectangle;connectable=0;fillColor=none;top=0;left=0;bottom=0;right=0;align=left;spacingLeft=6;overflow=hidden;" value="Дата_завершения" vertex="1">
          <mxGeometry height="30" width="130" x="50" as="geometry">
            <mxRectangle height="30" width="130" as="alternateBounds" />
          </mxGeometry>
        </mxCell>
        <mxCell id="tMV_pErmYdHVp-2iAUo3-43" edge="1" parent="1" source="tMV_pErmYdHVp-2iAUo3-7" style="edgeStyle=orthogonalEdgeStyle;rounded=0;orthogonalLoop=1;jettySize=auto;html=1;exitX=0;exitY=0.5;exitDx=0;exitDy=0;entryX=0;entryY=0.5;entryDx=0;entryDy=0;startArrow=ERone;startFill=0;endArrow=baseDash;endFill=0;" target="FXrU8CSIF7nw4R76zsWp-2">
          <mxGeometry relative="1" as="geometry" />
        </mxCell>
        <mxCell id="K_P6Ighx77Cm5eVgsR0t-27" parent="1" style="shape=table;startSize=30;container=1;collapsible=1;childLayout=tableLayout;fixedRows=1;rowLines=0;fontStyle=1;align=center;resizeLast=1;html=1;labelBackgroundColor=none;" value="Статус" vertex="1">
          <mxGeometry height="120" width="180" x="-190" y="270" as="geometry" />
        </mxCell>
        <mxCell id="K_P6Ighx77Cm5eVgsR0t-28" parent="K_P6Ighx77Cm5eVgsR0t-27" style="shape=tableRow;horizontal=0;startSize=0;swimlaneHead=0;swimlaneBody=0;fillColor=none;collapsible=0;dropTarget=0;points=[[0,0.5],[1,0.5]];portConstraint=eastwest;top=0;left=0;right=0;bottom=1;labelBackgroundColor=none;" value="" vertex="1">
          <mxGeometry height="30" width="180" y="30" as="geometry" />
        </mxCell>
        <mxCell id="K_P6Ighx77Cm5eVgsR0t-29" parent="K_P6Ighx77Cm5eVgsR0t-28" style="shape=partialRectangle;connectable=0;fillColor=none;top=0;left=0;bottom=0;right=0;fontStyle=1;overflow=hidden;whiteSpace=wrap;html=1;labelBackgroundColor=none;" value="PK" vertex="1">
          <mxGeometry height="30" width="50" as="geometry">
            <mxRectangle height="30" width="50" as="alternateBounds" />
          </mxGeometry>
        </mxCell>
        <mxCell id="K_P6Ighx77Cm5eVgsR0t-30" parent="K_P6Ighx77Cm5eVgsR0t-28" style="shape=partialRectangle;connectable=0;fillColor=none;top=0;left=0;bottom=0;right=0;align=left;spacingLeft=6;fontStyle=5;overflow=hidden;whiteSpace=wrap;html=1;labelBackgroundColor=none;" value="код_статуса" vertex="1">
          <mxGeometry height="30" width="130" x="50" as="geometry">
            <mxRectangle height="30" width="130" as="alternateBounds" />
          </mxGeometry>
        </mxCell>
        <mxCell id="K_P6Ighx77Cm5eVgsR0t-34" parent="K_P6Ighx77Cm5eVgsR0t-27" style="shape=tableRow;horizontal=0;startSize=0;swimlaneHead=0;swimlaneBody=0;fillColor=none;collapsible=0;dropTarget=0;points=[[0,0.5],[1,0.5]];portConstraint=eastwest;top=0;left=0;right=0;bottom=0;labelBackgroundColor=none;" value="" vertex="1">
          <mxGeometry height="30" width="180" y="60" as="geometry" />
        </mxCell>
        <mxCell id="K_P6Ighx77Cm5eVgsR0t-35" parent="K_P6Ighx77Cm5eVgsR0t-34" style="shape=partialRectangle;connectable=0;fillColor=none;top=0;left=0;bottom=0;right=0;editable=1;overflow=hidden;whiteSpace=wrap;html=1;labelBackgroundColor=none;" value="varchar" vertex="1">
          <mxGeometry height="30" width="50" as="geometry">
            <mxRectangle height="30" width="50" as="alternateBounds" />
          </mxGeometry>
        </mxCell>
        <mxCell id="K_P6Ighx77Cm5eVgsR0t-36" parent="K_P6Ighx77Cm5eVgsR0t-34" style="shape=partialRectangle;connectable=0;fillColor=none;top=0;left=0;bottom=0;right=0;align=left;spacingLeft=6;overflow=hidden;whiteSpace=wrap;html=1;labelBackgroundColor=none;" value="Наименование" vertex="1">
          <mxGeometry height="30" width="130" x="50" as="geometry">
            <mxRectangle height="30" width="130" as="alternateBounds" />
          </mxGeometry>
        </mxCell>
        <mxCell id="K_P6Ighx77Cm5eVgsR0t-37" parent="K_P6Ighx77Cm5eVgsR0t-27" style="shape=tableRow;horizontal=0;startSize=0;swimlaneHead=0;swimlaneBody=0;fillColor=none;collapsible=0;dropTarget=0;points=[[0,0.5],[1,0.5]];portConstraint=eastwest;top=0;left=0;right=0;bottom=0;labelBackgroundColor=none;" value="" vertex="1">
          <mxGeometry height="30" width="180" y="90" as="geometry" />
        </mxCell>
        <mxCell id="K_P6Ighx77Cm5eVgsR0t-38" parent="K_P6Ighx77Cm5eVgsR0t-37" style="shape=partialRectangle;connectable=0;fillColor=none;top=0;left=0;bottom=0;right=0;editable=1;overflow=hidden;whiteSpace=wrap;html=1;labelBackgroundColor=none;" value="varchar" vertex="1">
          <mxGeometry height="30" width="50" as="geometry">
            <mxRectangle height="30" width="50" as="alternateBounds" />
          </mxGeometry>
        </mxCell>
        <mxCell id="K_P6Ighx77Cm5eVgsR0t-39" parent="K_P6Ighx77Cm5eVgsR0t-37" style="shape=partialRectangle;connectable=0;fillColor=none;top=0;left=0;bottom=0;right=0;align=left;spacingLeft=6;overflow=hidden;whiteSpace=wrap;html=1;labelBackgroundColor=none;" value="Описание&amp;nbsp;" vertex="1">
          <mxGeometry height="30" width="130" x="50" as="geometry">
            <mxRectangle height="30" width="130" as="alternateBounds" />
          </mxGeometry>
        </mxCell>
        <mxCell id="K_P6Ighx77Cm5eVgsR0t-58" parent="1" style="shape=table;startSize=30;container=1;collapsible=1;childLayout=tableLayout;fixedRows=1;rowLines=0;fontStyle=1;align=center;resizeLast=1;html=1;labelBackgroundColor=none;" value="Комментарий" vertex="1">
          <mxGeometry height="180" width="180" x="-790" y="390" as="geometry" />
        </mxCell>
        <mxCell id="K_P6Ighx77Cm5eVgsR0t-59" parent="K_P6Ighx77Cm5eVgsR0t-58" style="shape=tableRow;horizontal=0;startSize=0;swimlaneHead=0;swimlaneBody=0;fillColor=none;collapsible=0;dropTarget=0;points=[[0,0.5],[1,0.5]];portConstraint=eastwest;top=0;left=0;right=0;bottom=1;labelBackgroundColor=none;" value="" vertex="1">
          <mxGeometry height="30" width="180" y="30" as="geometry" />
        </mxCell>
        <mxCell id="K_P6Ighx77Cm5eVgsR0t-60" parent="K_P6Ighx77Cm5eVgsR0t-59" style="shape=partialRectangle;connectable=0;fillColor=none;top=0;left=0;bottom=0;right=0;fontStyle=1;overflow=hidden;whiteSpace=wrap;html=1;labelBackgroundColor=none;" value="PK" vertex="1">
          <mxGeometry height="30" width="50" as="geometry">
            <mxRectangle height="30" width="50" as="alternateBounds" />
          </mxGeometry>
        </mxCell>
        <mxCell id="K_P6Ighx77Cm5eVgsR0t-61" parent="K_P6Ighx77Cm5eVgsR0t-59" style="shape=partialRectangle;connectable=0;fillColor=none;top=0;left=0;bottom=0;right=0;align=left;spacingLeft=6;fontStyle=5;overflow=hidden;whiteSpace=wrap;html=1;labelBackgroundColor=none;" value="код_комментария" vertex="1">
          <mxGeometry height="30" width="130" x="50" as="geometry">
            <mxRectangle height="30" width="130" as="alternateBounds" />
          </mxGeometry>
        </mxCell>
        <mxCell id="K_P6Ighx77Cm5eVgsR0t-71" parent="K_P6Ighx77Cm5eVgsR0t-58" style="shape=tableRow;horizontal=0;startSize=0;swimlaneHead=0;swimlaneBody=0;fillColor=none;collapsible=0;dropTarget=0;points=[[0,0.5],[1,0.5]];portConstraint=eastwest;top=0;left=0;right=0;bottom=0;" value="" vertex="1">
          <mxGeometry height="30" width="180" y="60" as="geometry" />
        </mxCell>
        <mxCell id="K_P6Ighx77Cm5eVgsR0t-72" parent="K_P6Ighx77Cm5eVgsR0t-71" style="shape=partialRectangle;connectable=0;fillColor=none;top=0;left=0;bottom=0;right=0;fontStyle=0;overflow=hidden;whiteSpace=wrap;html=1;" value="FK" vertex="1">
          <mxGeometry height="30" width="50" as="geometry">
            <mxRectangle height="30" width="50" as="alternateBounds" />
          </mxGeometry>
        </mxCell>
        <mxCell id="K_P6Ighx77Cm5eVgsR0t-73" parent="K_P6Ighx77Cm5eVgsR0t-71" style="shape=partialRectangle;connectable=0;fillColor=none;top=0;left=0;bottom=0;right=0;align=left;spacingLeft=6;fontStyle=0;overflow=hidden;whiteSpace=wrap;html=1;" value="код_задачи" vertex="1">
          <mxGeometry height="30" width="130" x="50" as="geometry">
            <mxRectangle height="30" width="130" as="alternateBounds" />
          </mxGeometry>
        </mxCell>
        <mxCell id="K_P6Ighx77Cm5eVgsR0t-74" parent="K_P6Ighx77Cm5eVgsR0t-58" style="shape=tableRow;horizontal=0;startSize=0;swimlaneHead=0;swimlaneBody=0;fillColor=none;collapsible=0;dropTarget=0;points=[[0,0.5],[1,0.5]];portConstraint=eastwest;top=0;left=0;right=0;bottom=0;" value="" vertex="1">
          <mxGeometry height="30" width="180" y="90" as="geometry" />
        </mxCell>
        <mxCell id="K_P6Ighx77Cm5eVgsR0t-75" parent="K_P6Ighx77Cm5eVgsR0t-74" style="shape=partialRectangle;connectable=0;fillColor=none;top=0;left=0;bottom=0;right=0;editable=1;overflow=hidden;" value="FK" vertex="1">
          <mxGeometry height="30" width="50" as="geometry">
            <mxRectangle height="30" width="50" as="alternateBounds" />
          </mxGeometry>
        </mxCell>
        <mxCell id="K_P6Ighx77Cm5eVgsR0t-76" parent="K_P6Ighx77Cm5eVgsR0t-74" style="shape=partialRectangle;connectable=0;fillColor=none;top=0;left=0;bottom=0;right=0;align=left;spacingLeft=6;overflow=hidden;" value="код_пользователя" vertex="1">
          <mxGeometry height="30" width="130" x="50" as="geometry">
            <mxRectangle height="30" width="130" as="alternateBounds" />
          </mxGeometry>
        </mxCell>
        <mxCell id="K_P6Ighx77Cm5eVgsR0t-62" parent="K_P6Ighx77Cm5eVgsR0t-58" style="shape=tableRow;horizontal=0;startSize=0;swimlaneHead=0;swimlaneBody=0;fillColor=none;collapsible=0;dropTarget=0;points=[[0,0.5],[1,0.5]];portConstraint=eastwest;top=0;left=0;right=0;bottom=0;labelBackgroundColor=none;" value="" vertex="1">
          <mxGeometry height="30" width="180" y="120" as="geometry" />
        </mxCell>
        <mxCell id="K_P6Ighx77Cm5eVgsR0t-63" parent="K_P6Ighx77Cm5eVgsR0t-62" style="shape=partialRectangle;connectable=0;fillColor=none;top=0;left=0;bottom=0;right=0;editable=1;overflow=hidden;whiteSpace=wrap;html=1;labelBackgroundColor=none;" value="varchar" vertex="1">
          <mxGeometry height="30" width="50" as="geometry">
            <mxRectangle height="30" width="50" as="alternateBounds" />
          </mxGeometry>
        </mxCell>
        <mxCell id="K_P6Ighx77Cm5eVgsR0t-64" parent="K_P6Ighx77Cm5eVgsR0t-62" style="shape=partialRectangle;connectable=0;fillColor=none;top=0;left=0;bottom=0;right=0;align=left;spacingLeft=6;overflow=hidden;whiteSpace=wrap;html=1;labelBackgroundColor=none;" value="Текст" vertex="1">
          <mxGeometry height="30" width="130" x="50" as="geometry">
            <mxRectangle height="30" width="130" as="alternateBounds" />
          </mxGeometry>
        </mxCell>
        <mxCell id="K_P6Ighx77Cm5eVgsR0t-65" parent="K_P6Ighx77Cm5eVgsR0t-58" style="shape=tableRow;horizontal=0;startSize=0;swimlaneHead=0;swimlaneBody=0;fillColor=none;collapsible=0;dropTarget=0;points=[[0,0.5],[1,0.5]];portConstraint=eastwest;top=0;left=0;right=0;bottom=0;labelBackgroundColor=none;" value="" vertex="1">
          <mxGeometry height="30" width="180" y="150" as="geometry" />
        </mxCell>
        <mxCell id="K_P6Ighx77Cm5eVgsR0t-66" parent="K_P6Ighx77Cm5eVgsR0t-65" style="shape=partialRectangle;connectable=0;fillColor=none;top=0;left=0;bottom=0;right=0;editable=1;overflow=hidden;labelBackgroundColor=none;" value="date" vertex="1">
          <mxGeometry height="30" width="50" as="geometry">
            <mxRectangle height="30" width="50" as="alternateBounds" />
          </mxGeometry>
        </mxCell>
        <mxCell id="K_P6Ighx77Cm5eVgsR0t-67" parent="K_P6Ighx77Cm5eVgsR0t-65" style="shape=partialRectangle;connectable=0;fillColor=none;top=0;left=0;bottom=0;right=0;align=left;spacingLeft=6;overflow=hidden;labelBackgroundColor=none;" value="Дата_добавления" vertex="1">
          <mxGeometry height="30" width="130" x="50" as="geometry">
            <mxRectangle height="30" width="130" as="alternateBounds" />
          </mxGeometry>
        </mxCell>
        <mxCell id="K_P6Ighx77Cm5eVgsR0t-80" parent="1" style="shape=table;startSize=30;container=1;collapsible=1;childLayout=tableLayout;fixedRows=1;rowLines=0;fontStyle=1;align=center;resizeLast=1;html=1;labelBackgroundColor=none;" value="Файл" vertex="1">
-           <mxGeometry height="180" width="180" x="-200" y="420" as="geometry" />
+           <mxGeometry height="150" width="180" x="-200" y="420" as="geometry" />
        </mxCell>
        <mxCell id="K_P6Ighx77Cm5eVgsR0t-81" parent="K_P6Ighx77Cm5eVgsR0t-80" style="shape=tableRow;horizontal=0;startSize=0;swimlaneHead=0;swimlaneBody=0;fillColor=none;collapsible=0;dropTarget=0;points=[[0,0.5],[1,0.5]];portConstraint=eastwest;top=0;left=0;right=0;bottom=1;labelBackgroundColor=none;" value="" vertex="1">
          <mxGeometry height="30" width="180" y="30" as="geometry" />
        </mxCell>
        <mxCell id="K_P6Ighx77Cm5eVgsR0t-82" parent="K_P6Ighx77Cm5eVgsR0t-81" style="shape=partialRectangle;connectable=0;fillColor=none;top=0;left=0;bottom=0;right=0;fontStyle=1;overflow=hidden;whiteSpace=wrap;html=1;labelBackgroundColor=none;" value="PK" vertex="1">
          <mxGeometry height="30" width="50" as="geometry">
            <mxRectangle height="30" width="50" as="alternateBounds" />
          </mxGeometry>
        </mxCell>
        <mxCell id="K_P6Ighx77Cm5eVgsR0t-83" parent="K_P6Ighx77Cm5eVgsR0t-81" style="shape=partialRectangle;connectable=0;fillColor=none;top=0;left=0;bottom=0;right=0;align=left;spacingLeft=6;fontStyle=5;overflow=hidden;whiteSpace=wrap;html=1;labelBackgroundColor=none;" value="код_файла" vertex="1">
          <mxGeometry height="30" width="130" x="50" as="geometry">
            <mxRectangle height="30" width="130" as="alternateBounds" />
          </mxGeometry>
        </mxCell>
        <mxCell id="K_P6Ighx77Cm5eVgsR0t-84" parent="K_P6Ighx77Cm5eVgsR0t-80" style="shape=tableRow;horizontal=0;startSize=0;swimlaneHead=0;swimlaneBody=0;fillColor=none;collapsible=0;dropTarget=0;points=[[0,0.5],[1,0.5]];portConstraint=eastwest;top=0;left=0;right=0;bottom=0;" value="" vertex="1">
          <mxGeometry height="30" width="180" y="60" as="geometry" />
        </mxCell>
        <mxCell id="K_P6Ighx77Cm5eVgsR0t-85" parent="K_P6Ighx77Cm5eVgsR0t-84" style="shape=partialRectangle;connectable=0;fillColor=none;top=0;left=0;bottom=0;right=0;fontStyle=0;overflow=hidden;whiteSpace=wrap;html=1;" value="FK" vertex="1">
          <mxGeometry height="30" width="50" as="geometry">
            <mxRectangle height="30" width="50" as="alternateBounds" />
          </mxGeometry>
        </mxCell>
        <mxCell id="K_P6Ighx77Cm5eVgsR0t-86" parent="K_P6Ighx77Cm5eVgsR0t-84" style="shape=partialRectangle;connectable=0;fillColor=none;top=0;left=0;bottom=0;right=0;align=left;spacingLeft=6;fontStyle=0;overflow=hidden;whiteSpace=wrap;html=1;" value="код_задачи" vertex="1">
          <mxGeometry height="30" width="130" x="50" as="geometry">
            <mxRectangle height="30" width="130" as="alternateBounds" />
          </mxGeometry>
        </mxCell>
        <mxCell id="K_P6Ighx77Cm5eVgsR0t-90" parent="K_P6Ighx77Cm5eVgsR0t-80" style="shape=tableRow;horizontal=0;startSize=0;swimlaneHead=0;swimlaneBody=0;fillColor=none;collapsible=0;dropTarget=0;points=[[0,0.5],[1,0.5]];portConstraint=eastwest;top=0;left=0;right=0;bottom=0;labelBackgroundColor=none;" value="" vertex="1">
          <mxGeometry height="30" width="180" y="90" as="geometry" />
        </mxCell>
        <mxCell id="K_P6Ighx77Cm5eVgsR0t-91" parent="K_P6Ighx77Cm5eVgsR0t-90" style="shape=partialRectangle;connectable=0;fillColor=none;top=0;left=0;bottom=0;right=0;editable=1;overflow=hidden;whiteSpace=wrap;html=1;labelBackgroundColor=none;" value="varchar" vertex="1">
          <mxGeometry height="30" width="50" as="geometry">
            <mxRectangle height="30" width="50" as="alternateBounds" />
          </mxGeometry>
        </mxCell>
        <mxCell id="K_P6Ighx77Cm5eVgsR0t-92" parent="K_P6Ighx77Cm5eVgsR0t-90" style="shape=partialRectangle;connectable=0;fillColor=none;top=0;left=0;bottom=0;right=0;align=left;spacingLeft=6;overflow=hidden;whiteSpace=wrap;html=1;labelBackgroundColor=none;" value="Название" vertex="1">
          <mxGeometry height="30" width="130" x="50" as="geometry">
            <mxRectangle height="30" width="130" as="alternateBounds" />
          </mxGeometry>
        </mxCell>
-         <mxCell id="K_P6Ighx77Cm5eVgsR0t-96" parent="K_P6Ighx77Cm5eVgsR0t-80" style="shape=tableRow;horizontal=0;startSize=0;swimlaneHead=0;swimlaneBody=0;fillColor=none;collapsible=0;dropTarget=0;points=[[0,0.5],[1,0.5]];portConstraint=eastwest;top=0;left=0;right=0;bottom=0;" value="" vertex="1">
+         <mxCell id="K_P6Ighx77Cm5eVgsR0t-93" parent="K_P6Ighx77Cm5eVgsR0t-80" style="shape=tableRow;horizontal=0;startSize=0;swimlaneHead=0;swimlaneBody=0;fillColor=none;collapsible=0;dropTarget=0;points=[[0,0.5],[1,0.5]];portConstraint=eastwest;top=0;left=0;right=0;bottom=0;labelBackgroundColor=none;" value="" vertex="1">
          <mxGeometry height="30" width="180" y="120" as="geometry" />
-         </mxCell>
-         <mxCell id="K_P6Ighx77Cm5eVgsR0t-97" parent="K_P6Ighx77Cm5eVgsR0t-96" style="shape=partialRectangle;connectable=0;fillColor=none;top=0;left=0;bottom=0;right=0;editable=1;overflow=hidden;" value="varchar" vertex="1">
-           <mxGeometry height="30" width="50" as="geometry">
-             <mxRectangle height="30" width="50" as="alternateBounds" />
-           </mxGeometry>
-         </mxCell>
-         <mxCell id="K_P6Ighx77Cm5eVgsR0t-98" parent="K_P6Ighx77Cm5eVgsR0t-96" style="shape=partialRectangle;connectable=0;fillColor=none;top=0;left=0;bottom=0;right=0;align=left;spacingLeft=6;overflow=hidden;" value="Путь" vertex="1">
-           <mxGeometry height="30" width="130" x="50" as="geometry">
-             <mxRectangle height="30" width="130" as="alternateBounds" />
-           </mxGeometry>
-         </mxCell>
-         <mxCell id="K_P6Ighx77Cm5eVgsR0t-93" parent="K_P6Ighx77Cm5eVgsR0t-80" style="shape=tableRow;horizontal=0;startSize=0;swimlaneHead=0;swimlaneBody=0;fillColor=none;collapsible=0;dropTarget=0;points=[[0,0.5],[1,0.5]];portConstraint=eastwest;top=0;left=0;right=0;bottom=0;labelBackgroundColor=none;" value="" vertex="1">
-           <mxGeometry height="30" width="180" y="150" as="geometry" />
        </mxCell>
        <mxCell id="K_P6Ighx77Cm5eVgsR0t-94" parent="K_P6Ighx77Cm5eVgsR0t-93" style="shape=partialRectangle;connectable=0;fillColor=none;top=0;left=0;bottom=0;right=0;editable=1;overflow=hidden;labelBackgroundColor=none;" value="date" vertex="1">
          <mxGeometry height="30" width="50" as="geometry">
            <mxRectangle height="30" width="50" as="alternateBounds" />
          </mxGeometry>
        </mxCell>
        <mxCell id="K_P6Ighx77Cm5eVgsR0t-95" parent="K_P6Ighx77Cm5eVgsR0t-93" style="shape=partialRectangle;connectable=0;fillColor=none;top=0;left=0;bottom=0;right=0;align=left;spacingLeft=6;overflow=hidden;labelBackgroundColor=none;" value="Дата_добавления" vertex="1">
          <mxGeometry height="30" width="130" x="50" as="geometry">
            <mxRectangle height="30" width="130" as="alternateBounds" />
          </mxGeometry>
        </mxCell>
        <mxCell id="tMV_pErmYdHVp-2iAUo3-10" parent="1" style="shape=table;startSize=30;container=1;collapsible=1;childLayout=tableLayout;fixedRows=1;rowLines=0;fontStyle=1;align=center;resizeLast=1;html=1;labelBackgroundColor=none;" value="Исполнитель" vertex="1">
          <mxGeometry height="210" width="180" x="-190" y="30" as="geometry" />
        </mxCell>
        <mxCell id="tMV_pErmYdHVp-2iAUo3-11" parent="tMV_pErmYdHVp-2iAUo3-10" style="shape=tableRow;horizontal=0;startSize=0;swimlaneHead=0;swimlaneBody=0;fillColor=none;collapsible=0;dropTarget=0;points=[[0,0.5],[1,0.5]];portConstraint=eastwest;top=0;left=0;right=0;bottom=1;labelBackgroundColor=none;" value="" vertex="1">
          <mxGeometry height="30" width="180" y="30" as="geometry" />
        </mxCell>
        <mxCell id="tMV_pErmYdHVp-2iAUo3-12" parent="tMV_pErmYdHVp-2iAUo3-11" style="shape=partialRectangle;connectable=0;fillColor=none;top=0;left=0;bottom=0;right=0;fontStyle=1;overflow=hidden;whiteSpace=wrap;html=1;labelBackgroundColor=none;" value="PK" vertex="1">
          <mxGeometry height="30" width="50" as="geometry">
            <mxRectangle height="30" width="50" as="alternateBounds" />
          </mxGeometry>
        </mxCell>
        <mxCell id="tMV_pErmYdHVp-2iAUo3-13" parent="tMV_pErmYdHVp-2iAUo3-11" style="shape=partialRectangle;connectable=0;fillColor=none;top=0;left=0;bottom=0;right=0;align=left;spacingLeft=6;fontStyle=5;overflow=hidden;whiteSpace=wrap;html=1;labelBackgroundColor=none;" value="код_исполнителя" vertex="1">
          <mxGeometry height="30" width="130" x="50" as="geometry">
            <mxRectangle height="30" width="130" as="alternateBounds" />
          </mxGeometry>
        </mxCell>
        <mxCell id="tMV_pErmYdHVp-2iAUo3-39" parent="tMV_pErmYdHVp-2iAUo3-10" style="shape=tableRow;horizontal=0;startSize=0;swimlaneHead=0;swimlaneBody=0;fillColor=none;collapsible=0;dropTarget=0;points=[[0,0.5],[1,0.5]];portConstraint=eastwest;top=0;left=0;right=0;bottom=0;" value="" vertex="1">
          <mxGeometry height="30" width="180" y="60" as="geometry" />
        </mxCell>
        <mxCell id="tMV_pErmYdHVp-2iAUo3-40" parent="tMV_pErmYdHVp-2iAUo3-39" style="shape=partialRectangle;connectable=0;fillColor=none;top=0;left=0;bottom=0;right=0;fontStyle=0;overflow=hidden;whiteSpace=wrap;html=1;" value="FK" vertex="1">
          <mxGeometry height="30" width="50" as="geometry">
            <mxRectangle height="30" width="50" as="alternateBounds" />
          </mxGeometry>
        </mxCell>
        <mxCell id="tMV_pErmYdHVp-2iAUo3-41" parent="tMV_pErmYdHVp-2iAUo3-39" style="shape=partialRectangle;connectable=0;fillColor=none;top=0;left=0;bottom=0;right=0;align=left;spacingLeft=6;fontStyle=0;overflow=hidden;whiteSpace=wrap;html=1;" value="код_задачи" vertex="1">
          <mxGeometry height="30" width="130" x="50" as="geometry">
            <mxRectangle height="30" width="130" as="alternateBounds" />
          </mxGeometry>
        </mxCell>
        <mxCell id="tMV_pErmYdHVp-2iAUo3-14" parent="tMV_pErmYdHVp-2iAUo3-10" style="shape=tableRow;horizontal=0;startSize=0;swimlaneHead=0;swimlaneBody=0;fillColor=none;collapsible=0;dropTarget=0;points=[[0,0.5],[1,0.5]];portConstraint=eastwest;top=0;left=0;right=0;bottom=0;labelBackgroundColor=none;" value="" vertex="1">
          <mxGeometry height="30" width="180" y="90" as="geometry" />
        </mxCell>
        <mxCell id="tMV_pErmYdHVp-2iAUo3-15" parent="tMV_pErmYdHVp-2iAUo3-14" style="shape=partialRectangle;connectable=0;fillColor=none;top=0;left=0;bottom=0;right=0;editable=1;overflow=hidden;whiteSpace=wrap;html=1;labelBackgroundColor=none;" value="FK" vertex="1">
          <mxGeometry height="30" width="50" as="geometry">
            <mxRectangle height="30" width="50" as="alternateBounds" />
          </mxGeometry>
        </mxCell>
        <mxCell id="tMV_pErmYdHVp-2iAUo3-16" parent="tMV_pErmYdHVp-2iAUo3-14" style="shape=partialRectangle;connectable=0;fillColor=none;top=0;left=0;bottom=0;right=0;align=left;spacingLeft=6;overflow=hidden;whiteSpace=wrap;html=1;labelBackgroundColor=none;" value="код_сотрудника" vertex="1">
          <mxGeometry height="30" width="130" x="50" as="geometry">
            <mxRectangle height="30" width="130" as="alternateBounds" />
          </mxGeometry>
        </mxCell>
        <mxCell id="tMV_pErmYdHVp-2iAUo3-17" parent="tMV_pErmYdHVp-2iAUo3-10" style="shape=tableRow;horizontal=0;startSize=0;swimlaneHead=0;swimlaneBody=0;fillColor=none;collapsible=0;dropTarget=0;points=[[0,0.5],[1,0.5]];portConstraint=eastwest;top=0;left=0;right=0;bottom=0;labelBackgroundColor=none;" value="" vertex="1">
          <mxGeometry height="30" width="180" y="120" as="geometry" />
        </mxCell>
        <mxCell id="tMV_pErmYdHVp-2iAUo3-18" parent="tMV_pErmYdHVp-2iAUo3-17" style="shape=partialRectangle;connectable=0;fillColor=none;top=0;left=0;bottom=0;right=0;editable=1;overflow=hidden;whiteSpace=wrap;html=1;labelBackgroundColor=none;" value="bool" vertex="1">
          <mxGeometry height="30" width="50" as="geometry">
            <mxRectangle height="30" width="50" as="alternateBounds" />
          </mxGeometry>
        </mxCell>
        <mxCell id="tMV_pErmYdHVp-2iAUo3-19" parent="tMV_pErmYdHVp-2iAUo3-17" style="shape=partialRectangle;connectable=0;fillColor=none;top=0;left=0;bottom=0;right=0;align=left;spacingLeft=6;overflow=hidden;whiteSpace=wrap;html=1;labelBackgroundColor=none;" value="Активность" vertex="1">
          <mxGeometry height="30" width="130" x="50" as="geometry">
            <mxRectangle height="30" width="130" as="alternateBounds" />
          </mxGeometry>
        </mxCell>
        <mxCell id="tMV_pErmYdHVp-2iAUo3-44" parent="tMV_pErmYdHVp-2iAUo3-10" style="shape=tableRow;horizontal=0;startSize=0;swimlaneHead=0;swimlaneBody=0;fillColor=none;collapsible=0;dropTarget=0;points=[[0,0.5],[1,0.5]];portConstraint=eastwest;top=0;left=0;right=0;bottom=0;" value="" vertex="1">
          <mxGeometry height="30" width="180" y="150" as="geometry" />
        </mxCell>
        <mxCell id="tMV_pErmYdHVp-2iAUo3-45" parent="tMV_pErmYdHVp-2iAUo3-44" style="shape=partialRectangle;connectable=0;fillColor=none;top=0;left=0;bottom=0;right=0;editable=1;overflow=hidden;" value="varchar" vertex="1">
          <mxGeometry height="30" width="50" as="geometry">
            <mxRectangle height="30" width="50" as="alternateBounds" />
          </mxGeometry>
        </mxCell>
        <mxCell id="tMV_pErmYdHVp-2iAUo3-46" parent="tMV_pErmYdHVp-2iAUo3-44" style="shape=partialRectangle;connectable=0;fillColor=none;top=0;left=0;bottom=0;right=0;align=left;spacingLeft=6;overflow=hidden;" value="Коментарий" vertex="1">
          <mxGeometry height="30" width="130" x="50" as="geometry">
            <mxRectangle height="30" width="130" as="alternateBounds" />
          </mxGeometry>
        </mxCell>
        <mxCell id="tMV_pErmYdHVp-2iAUo3-20" parent="tMV_pErmYdHVp-2iAUo3-10" style="shape=tableRow;horizontal=0;startSize=0;swimlaneHead=0;swimlaneBody=0;fillColor=none;collapsible=0;dropTarget=0;points=[[0,0.5],[1,0.5]];portConstraint=eastwest;top=0;left=0;right=0;bottom=0;" value="" vertex="1">
          <mxGeometry height="30" width="180" y="180" as="geometry" />
        </mxCell>
        <mxCell id="tMV_pErmYdHVp-2iAUo3-21" parent="tMV_pErmYdHVp-2iAUo3-20" style="shape=partialRectangle;connectable=0;fillColor=none;top=0;left=0;bottom=0;right=0;editable=1;overflow=hidden;" value="date" vertex="1">
          <mxGeometry height="30" width="50" as="geometry">
            <mxRectangle height="30" width="50" as="alternateBounds" />
          </mxGeometry>
        </mxCell>
        <mxCell id="tMV_pErmYdHVp-2iAUo3-22" parent="tMV_pErmYdHVp-2iAUo3-20" style="shape=partialRectangle;connectable=0;fillColor=none;top=0;left=0;bottom=0;right=0;align=left;spacingLeft=6;overflow=hidden;" value="Дата_изменения" vertex="1">
          <mxGeometry height="30" width="130" x="50" as="geometry">
            <mxRectangle height="30" width="130" as="alternateBounds" />
          </mxGeometry>
        </mxCell>
        <mxCell id="tMV_pErmYdHVp-2iAUo3-27" edge="1" parent="1" source="FXrU8CSIF7nw4R76zsWp-15" style="edgeStyle=orthogonalEdgeStyle;rounded=0;orthogonalLoop=1;jettySize=auto;html=1;exitX=1;exitY=0.5;exitDx=0;exitDy=0;entryX=1;entryY=0.5;entryDx=0;entryDy=0;startArrow=ERone;startFill=0;endArrow=ERoneToMany;endFill=0;" target="tMV_pErmYdHVp-2iAUo3-24">
          <mxGeometry relative="1" as="geometry" />
        </mxCell>
        <mxCell id="tMV_pErmYdHVp-2iAUo3-28" edge="1" parent="1" source="K_P6Ighx77Cm5eVgsR0t-24" style="edgeStyle=orthogonalEdgeStyle;rounded=0;orthogonalLoop=1;jettySize=auto;html=1;exitX=1;exitY=0.5;exitDx=0;exitDy=0;entryX=0;entryY=0.5;entryDx=0;entryDy=0;endArrow=ERone;endFill=0;startArrow=ERoneToMany;startFill=0;" target="K_P6Ighx77Cm5eVgsR0t-28">
          <mxGeometry relative="1" as="geometry">
            <mxPoint x="-270" y="140" as="targetPoint" />
          </mxGeometry>
        </mxCell>
        <mxCell id="tMV_pErmYdHVp-2iAUo3-29" edge="1" parent="1" source="FXrU8CSIF7nw4R76zsWp-2" style="edgeStyle=orthogonalEdgeStyle;rounded=0;orthogonalLoop=1;jettySize=auto;html=1;exitX=1;exitY=0.5;exitDx=0;exitDy=0;startArrow=ERone;startFill=0;endArrow=ERoneToMany;endFill=0;" target="tMV_pErmYdHVp-2iAUo3-14">
          <mxGeometry relative="1" as="geometry" />
        </mxCell>
        <mxCell id="tMV_pErmYdHVp-2iAUo3-32" edge="1" parent="1" source="K_P6Ighx77Cm5eVgsR0t-52" style="edgeStyle=orthogonalEdgeStyle;rounded=0;orthogonalLoop=1;jettySize=auto;html=1;exitX=0;exitY=0.5;exitDx=0;exitDy=0;entryX=0;entryY=0.5;entryDx=0;entryDy=0;endArrow=ERone;endFill=0;startArrow=ERoneToMany;startFill=0;" target="FXrU8CSIF7nw4R76zsWp-2">
          <mxGeometry relative="1" as="geometry">
            <Array as="points">
              <mxPoint x="-570" y="375" />
              <mxPoint x="-570" y="55" />
            </Array>
          </mxGeometry>
        </mxCell>
        <mxCell id="tMV_pErmYdHVp-2iAUo3-34" edge="1" parent="1" source="K_P6Ighx77Cm5eVgsR0t-9" style="edgeStyle=orthogonalEdgeStyle;rounded=0;orthogonalLoop=1;jettySize=auto;html=1;exitX=0;exitY=0.5;exitDx=0;exitDy=0;entryX=1;entryY=0.5;entryDx=0;entryDy=0;startArrow=ERone;startFill=0;endArrow=ERoneToMany;endFill=0;" target="K_P6Ighx77Cm5eVgsR0t-71">
          <mxGeometry relative="1" as="geometry" />
        </mxCell>
        <mxCell id="tMV_pErmYdHVp-2iAUo3-35" edge="1" parent="1" source="K_P6Ighx77Cm5eVgsR0t-9" style="edgeStyle=orthogonalEdgeStyle;rounded=0;orthogonalLoop=1;jettySize=auto;html=1;exitX=1;exitY=0.5;exitDx=0;exitDy=0;entryX=0;entryY=0.5;entryDx=0;entryDy=0;startArrow=ERone;startFill=0;endArrow=ERoneToMany;endFill=0;" target="K_P6Ighx77Cm5eVgsR0t-84">
          <mxGeometry relative="1" as="geometry" />
        </mxCell>
        <mxCell id="tMV_pErmYdHVp-2iAUo3-42" edge="1" parent="1" source="tMV_pErmYdHVp-2iAUo3-39" style="edgeStyle=orthogonalEdgeStyle;rounded=0;orthogonalLoop=1;jettySize=auto;html=1;exitX=0;exitY=0.5;exitDx=0;exitDy=0;entryX=1;entryY=0.5;entryDx=0;entryDy=0;endArrow=ERone;endFill=0;startArrow=ERoneToMany;startFill=0;" target="K_P6Ighx77Cm5eVgsR0t-9">
          <mxGeometry relative="1" as="geometry" />
        </mxCell>
        <mxCell id="umB_ycvWySBp3vWqX7pD-4" edge="1" parent="1" source="K_P6Ighx77Cm5eVgsR0t-74" style="edgeStyle=orthogonalEdgeStyle;rounded=0;orthogonalLoop=1;jettySize=auto;html=1;startArrow=ERoneToMany;startFill=0;endArrow=ERone;endFill=0;" target="FXrU8CSIF7nw4R76zsWp-2">
          <mxGeometry relative="1" as="geometry">
            <Array as="points">
              <mxPoint x="-580" y="495" />
              <mxPoint x="-580" y="55" />
            </Array>
          </mxGeometry>
        </mxCell>
      </root>
    </mxGraphModel>
  </diagram>
</mxfile>
